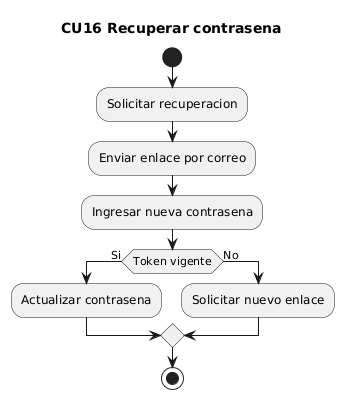
Above: docs/uml/render/actividades_cu/CU16_actividad_recuperar_contrasena.png in maranavard/SISTEMA-COMPUTACIONAL-PARA-LA-GESTION-Y-CONTROL-DE-ACCESO-DE-AUTOMOVILES-M-DULO-WEB (PlantUML), before the change. The source it was exported from:
```plantuml
@startuml
title CU16 Recuperar contrasena
start
:Solicitar recuperacion;
:Enviar enlace por correo;
:Ingresar nueva contrasena;
if (Token vigente) then (Si)
  :Actualizar contrasena;
else (No)
  :Solicitar nuevo enlace;
endif
stop
@enduml
```
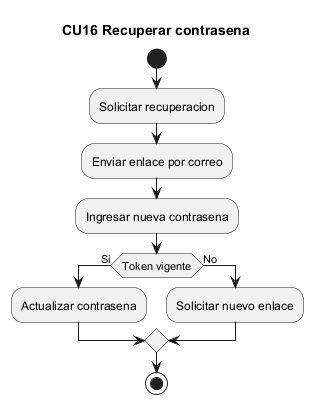
Above is the later version.

Diff of the diagram source:
```diff
@@ -1,4 +1,4 @@
-@startuml
+@startuml CU16_actividad_recuperar_contrasena
 title CU16 Recuperar contrasena
 start
 :Solicitar recuperacion;
```
